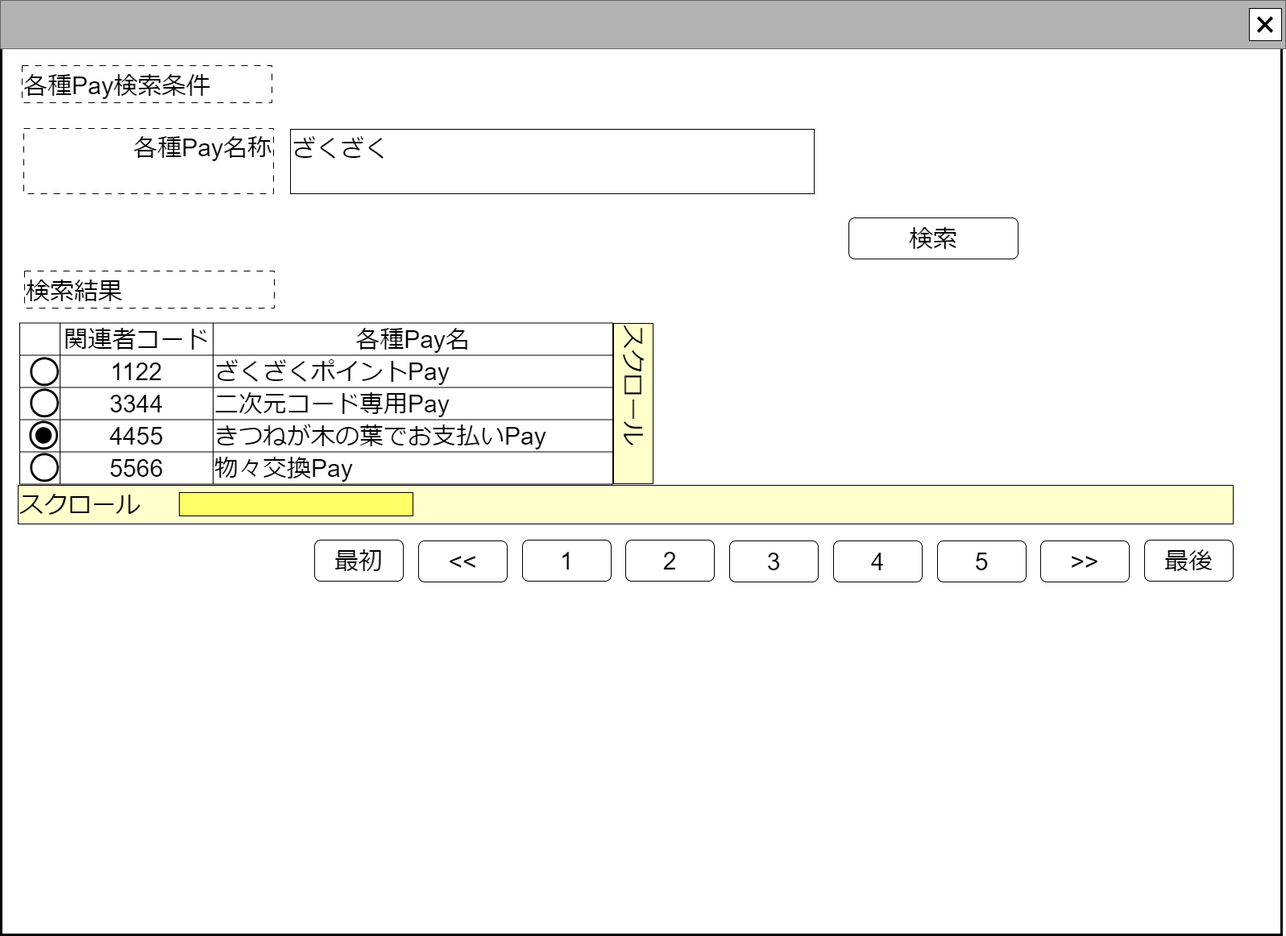
The draw.io diagram docs/common/front/search_various_pay/image/各種Pay検索.drawio.png in chiwa2023/create-politician-balance-report, before a commit. Source tidied: cells renumbered, new cells last; positions are measured from the earlier drawing's top-left corner, leaving out a move shared by most shapes.
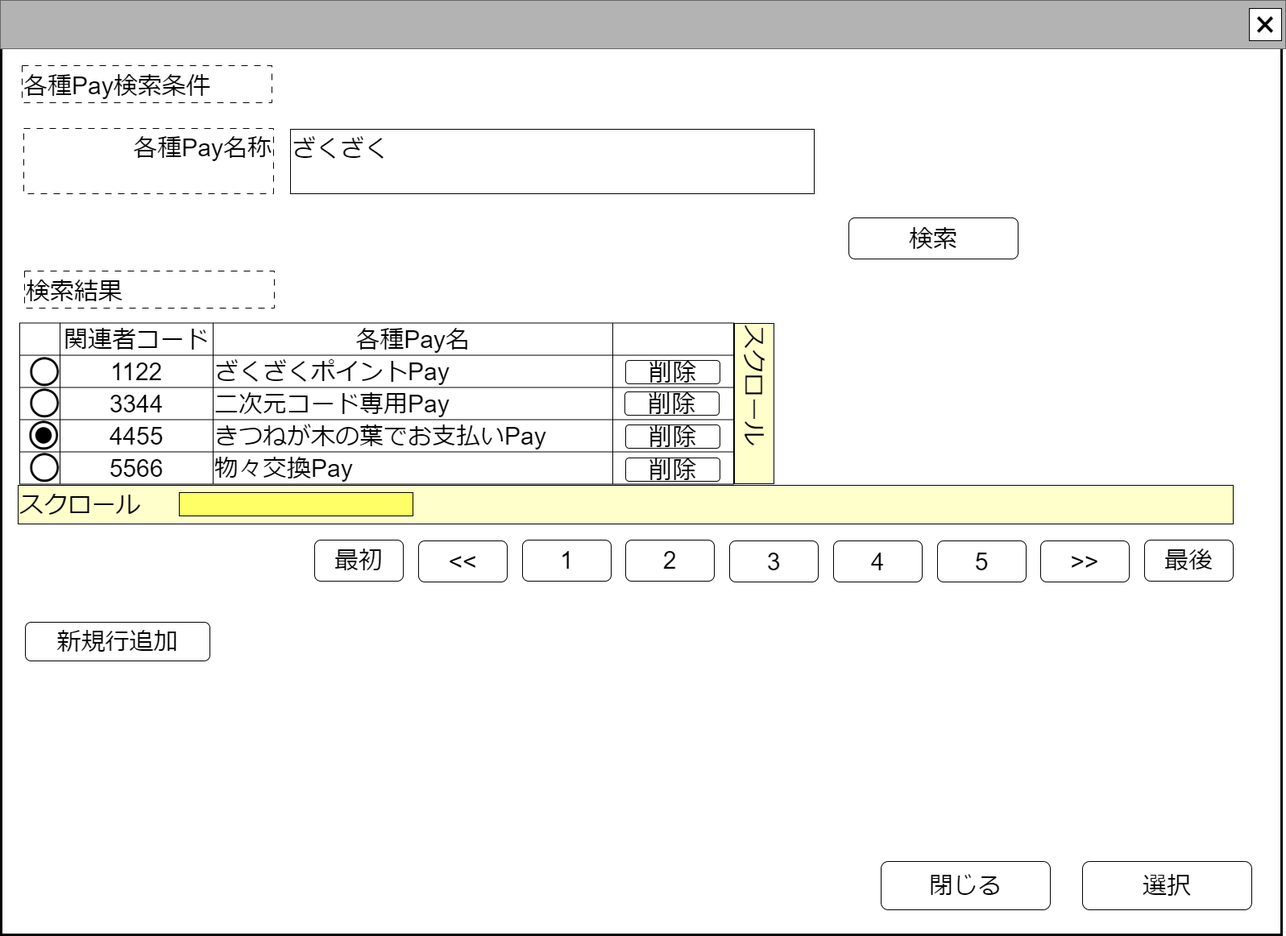
The same file after the commit.

Change to the diagram source:
```diff
@@ -52,13 +52,13 @@
       <mxGeometry x="519" y="671" width="110" height="51" as="geometry" />
     </mxCell>
     <mxCell id="19" value="&lt;div style=&quot;&quot;&gt;&lt;font style=&quot;font-size: 30px;&quot;&gt;スクロール&lt;/font&gt;&lt;/div&gt;" style="rounded=0;whiteSpace=wrap;html=1;align=left;verticalAlign=top;fillColor=#FFFFCC;rotation=90;" parent="5" vertex="1">
-      <mxGeometry x="686" y="476" width="199" height="49" as="geometry" />
+      <mxGeometry x="836" y="476" width="199" height="49" as="geometry" />
     </mxCell>
     <mxCell id="20" style="shape=table;startSize=0;fontSize=16;" parent="5" vertex="1">
-      <mxGeometry x="24" y="400.5" width="736" height="200" as="geometry" />
+      <mxGeometry x="24" y="400.5" width="886" height="200" as="geometry" />
     </mxCell>
     <mxCell id="21" style="shape=tableRow;horizontal=0;startSize=0;swimlaneHead=0;swimlaneBody=0;strokeColor=inherit;top=0;left=0;bottom=0;right=0;fillColor=none;fontSize=16;" parent="20" vertex="1">
-      <mxGeometry width="736" height="40" as="geometry" />
+      <mxGeometry width="886" height="40" as="geometry" />
     </mxCell>
     <mxCell id="22" style="shape=partialRectangle;html=1;whiteSpace=wrap;strokeColor=inherit;overflow=hidden;fillColor=none;top=0;left=0;bottom=0;right=0;fontSize=16;" parent="21" vertex="1">
       <mxGeometry width="50" height="40" as="geometry" />
@@ -69,8 +69,11 @@
     <mxCell id="24" value="&lt;font style=&quot;font-size: 30px;&quot;&gt;各種Pay&lt;/font&gt;&lt;span style=&quot;font-size: 30px; background-color: initial;&quot;&gt;名&lt;/span&gt;" style="shape=partialRectangle;html=1;whiteSpace=wrap;strokeColor=inherit;overflow=hidden;fillColor=none;top=0;left=0;bottom=0;right=0;fontSize=16;" parent="21" vertex="1">
       <mxGeometry x="240" width="496" height="40" as="geometry" />
     </mxCell>
+    <mxCell id="49" style="shape=partialRectangle;html=1;whiteSpace=wrap;strokeColor=inherit;overflow=hidden;fillColor=none;top=0;left=0;bottom=0;right=0;fontSize=16;" parent="21" vertex="1">
+      <mxGeometry x="736" width="150" height="40" as="geometry" />
+    </mxCell>
     <mxCell id="25" style="shape=tableRow;horizontal=0;startSize=0;swimlaneHead=0;swimlaneBody=0;strokeColor=inherit;top=0;left=0;bottom=0;right=0;fillColor=none;fontSize=16;" parent="20" vertex="1">
-      <mxGeometry y="40" width="736" height="40" as="geometry" />
+      <mxGeometry y="40" width="886" height="40" as="geometry" />
     </mxCell>
     <mxCell id="26" style="shape=partialRectangle;html=1;whiteSpace=wrap;strokeColor=inherit;overflow=hidden;fillColor=none;top=0;left=0;bottom=0;right=0;fontSize=16;" parent="25" vertex="1">
       <mxGeometry width="50" height="40" as="geometry" />
@@ -81,8 +84,11 @@
     <mxCell id="28" value="&lt;span style=&quot;font-size: 30px;&quot;&gt;ざくざくポイントPay&lt;/span&gt;" style="shape=partialRectangle;html=1;whiteSpace=wrap;strokeColor=inherit;overflow=hidden;fillColor=none;top=0;left=0;bottom=0;right=0;fontSize=16;align=left;" parent="25" vertex="1">
       <mxGeometry x="240" width="496" height="40" as="geometry" />
     </mxCell>
+    <mxCell id="50" style="shape=partialRectangle;html=1;whiteSpace=wrap;strokeColor=inherit;overflow=hidden;fillColor=none;top=0;left=0;bottom=0;right=0;fontSize=16;align=left;" parent="25" vertex="1">
+      <mxGeometry x="736" width="150" height="40" as="geometry" />
+    </mxCell>
     <mxCell id="29" style="shape=tableRow;horizontal=0;startSize=0;swimlaneHead=0;swimlaneBody=0;strokeColor=inherit;top=0;left=0;bottom=0;right=0;fillColor=none;fontSize=16;align=left;" parent="20" vertex="1">
-      <mxGeometry y="80" width="736" height="40" as="geometry" />
+      <mxGeometry y="80" width="886" height="40" as="geometry" />
     </mxCell>
     <mxCell id="30" style="shape=partialRectangle;html=1;whiteSpace=wrap;strokeColor=inherit;overflow=hidden;fillColor=none;top=0;left=0;bottom=0;right=0;fontSize=16;" parent="29" vertex="1">
       <mxGeometry width="50" height="40" as="geometry" />
@@ -93,8 +99,11 @@
     <mxCell id="32" value="&lt;font style=&quot;font-size: 30px;&quot;&gt;二次元コード専用Pay&lt;br&gt;&lt;/font&gt;" style="shape=partialRectangle;html=1;whiteSpace=wrap;strokeColor=inherit;overflow=hidden;fillColor=none;top=0;left=0;bottom=0;right=0;fontSize=16;align=left;" parent="29" vertex="1">
       <mxGeometry x="240" width="496" height="40" as="geometry" />
     </mxCell>
+    <mxCell id="51" style="shape=partialRectangle;html=1;whiteSpace=wrap;strokeColor=inherit;overflow=hidden;fillColor=none;top=0;left=0;bottom=0;right=0;fontSize=16;align=left;" parent="29" vertex="1">
+      <mxGeometry x="736" width="150" height="40" as="geometry" />
+    </mxCell>
     <mxCell id="33" style="shape=tableRow;horizontal=0;startSize=0;swimlaneHead=0;swimlaneBody=0;strokeColor=inherit;top=0;left=0;bottom=0;right=0;fillColor=none;fontSize=16;" parent="20" vertex="1">
-      <mxGeometry y="120" width="736" height="40" as="geometry" />
+      <mxGeometry y="120" width="886" height="40" as="geometry" />
     </mxCell>
     <mxCell id="34" style="shape=partialRectangle;html=1;whiteSpace=wrap;strokeColor=inherit;overflow=hidden;fillColor=none;top=0;left=0;bottom=0;right=0;fontSize=16;" parent="33" vertex="1">
       <mxGeometry width="50" height="40" as="geometry" />
@@ -105,8 +114,11 @@
     <mxCell id="36" value="&lt;font style=&quot;font-size: 30px;&quot;&gt;きつねが木の葉でお支払いPay&lt;br&gt;&lt;/font&gt;" style="shape=partialRectangle;html=1;whiteSpace=wrap;strokeColor=inherit;overflow=hidden;fillColor=none;top=0;left=0;bottom=0;right=0;fontSize=16;align=left;" parent="33" vertex="1">
       <mxGeometry x="240" width="496" height="40" as="geometry" />
     </mxCell>
+    <mxCell id="52" style="shape=partialRectangle;html=1;whiteSpace=wrap;strokeColor=inherit;overflow=hidden;fillColor=none;top=0;left=0;bottom=0;right=0;fontSize=16;align=left;" parent="33" vertex="1">
+      <mxGeometry x="736" width="150" height="40" as="geometry" />
+    </mxCell>
     <mxCell id="37" style="shape=tableRow;horizontal=0;startSize=0;swimlaneHead=0;swimlaneBody=0;strokeColor=inherit;top=0;left=0;bottom=0;right=0;fillColor=none;fontSize=16;" parent="20" vertex="1">
-      <mxGeometry y="160" width="736" height="40" as="geometry" />
+      <mxGeometry y="160" width="886" height="40" as="geometry" />
     </mxCell>
     <mxCell id="38" style="shape=partialRectangle;html=1;whiteSpace=wrap;strokeColor=inherit;overflow=hidden;fillColor=none;top=0;left=0;bottom=0;right=0;fontSize=16;" parent="37" vertex="1">
       <mxGeometry width="50" height="40" as="geometry" />
@@ -117,6 +129,9 @@
     <mxCell id="40" value="&lt;span style=&quot;font-size: 30px;&quot;&gt;物々交換Pay&lt;/span&gt;" style="shape=partialRectangle;html=1;whiteSpace=wrap;strokeColor=inherit;overflow=hidden;fillColor=none;top=0;left=0;bottom=0;right=0;fontSize=16;align=left;" parent="37" vertex="1">
       <mxGeometry x="240" width="496" height="40" as="geometry" />
     </mxCell>
+    <mxCell id="53" style="shape=partialRectangle;html=1;whiteSpace=wrap;strokeColor=inherit;overflow=hidden;fillColor=none;top=0;left=0;bottom=0;right=0;fontSize=16;align=left;" parent="37" vertex="1">
+      <mxGeometry x="736" width="150" height="40" as="geometry" />
+    </mxCell>
     <mxCell id="41" value="&lt;font style=&quot;font-size: 84px;&quot;&gt;○&lt;/font&gt;" style="text;html=1;strokeColor=none;fillColor=none;align=center;verticalAlign=middle;whiteSpace=wrap;rounded=0;fontSize=60;" parent="5" vertex="1">
       <mxGeometry x="25" y="441" width="60" height="30" as="geometry" />
     </mxCell>
@@ -141,5 +156,26 @@
     <mxCell id="48" value="&lt;span style=&quot;font-size: 30px;&quot;&gt;各種Pay検索条件&lt;/span&gt;" style="rounded=0;whiteSpace=wrap;html=1;align=left;dashed=1;dashPattern=8 8;verticalAlign=bottom;" parent="5" vertex="1">
       <mxGeometry x="27" y="81" width="310" height="46" as="geometry" />
     </mxCell>
+    <mxCell id="54" value="&lt;span style=&quot;font-size: 30px;&quot;&gt;新規行追加&lt;/span&gt;" style="rounded=1;whiteSpace=wrap;html=1;" parent="5" vertex="1">
+      <mxGeometry x="31" y="772" width="229" height="48" as="geometry" />
+    </mxCell>
+    <mxCell id="55" value="&lt;span style=&quot;font-size: 30px;&quot;&gt;選択&lt;/span&gt;" style="rounded=1;whiteSpace=wrap;html=1;" parent="5" vertex="1">
+      <mxGeometry x="1343" y="1069" width="210" height="60" as="geometry" />
+    </mxCell>
+    <mxCell id="56" value="&lt;span style=&quot;font-size: 30px;&quot;&gt;閉じる&lt;/span&gt;" style="rounded=1;whiteSpace=wrap;html=1;" parent="5" vertex="1">
+      <mxGeometry x="1093" y="1069" width="210" height="60" as="geometry" />
+    </mxCell>
+    <mxCell id="57" value="&lt;span style=&quot;font-size: 30px;&quot;&gt;削除&lt;/span&gt;" style="rounded=1;whiteSpace=wrap;html=1;" parent="5" vertex="1">
+      <mxGeometry x="776" y="447" width="117" height="29" as="geometry" />
+    </mxCell>
+    <mxCell id="58" value="&lt;span style=&quot;font-size: 30px;&quot;&gt;削除&lt;/span&gt;" style="rounded=1;whiteSpace=wrap;html=1;" parent="5" vertex="1">
+      <mxGeometry x="775" y="486" width="117" height="29" as="geometry" />
+    </mxCell>
+    <mxCell id="59" value="&lt;span style=&quot;font-size: 30px;&quot;&gt;削除&lt;/span&gt;" style="rounded=1;whiteSpace=wrap;html=1;" parent="5" vertex="1">
+      <mxGeometry x="776" y="527" width="117" height="29" as="geometry" />
+    </mxCell>
+    <mxCell id="60" value="&lt;span style=&quot;font-size: 30px;&quot;&gt;削除&lt;/span&gt;" style="rounded=1;whiteSpace=wrap;html=1;" parent="5" vertex="1">
+      <mxGeometry x="776" y="568" width="117" height="29" as="geometry" />
+    </mxCell>
   </root>
 </mxGraphModel>
```
